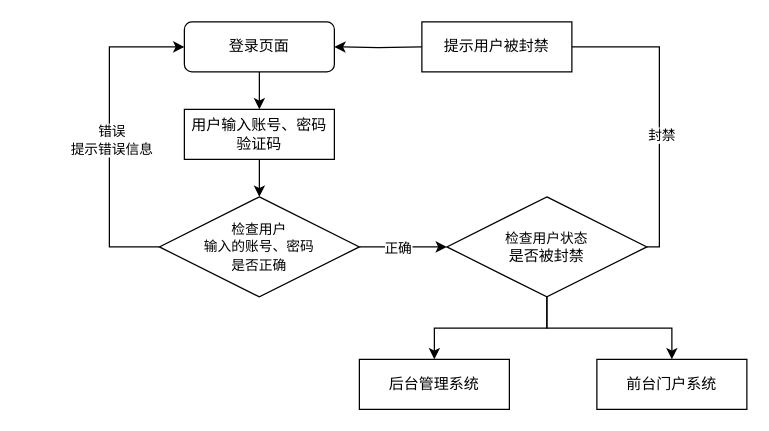
This is draw/登录流程图.drawio from BabyLy233/yaya-doc, a draw.io file, before an edit. Source tidied: cells renumbered, new cells numbered last; positions are measured from the earlier drawing's top-left corner, leaving out a move shared by most shapes. Both pictures are drawn from the tidied source at 125%, with x=0, y=0 at pixel (109, 21).
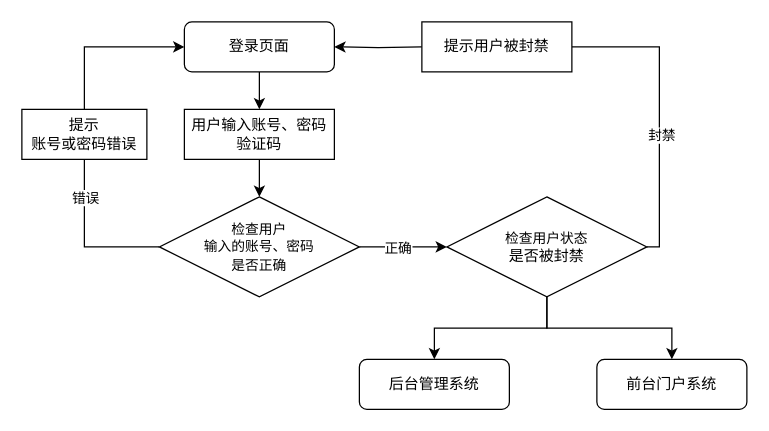
After the change.

Commit message (it also covers changes not shown here):
更新登录流程图.drawio

Change to the diagram source:
```diff
@@
     <mxCell id="6" style="edgeStyle=orthogonalEdgeStyle;rounded=0;orthogonalLoop=1;jettySize=auto;html=1;fontSize=11;entryX=0;entryY=0.5;entryDx=0;entryDy=0;" parent="1" edge="1">
       <mxGeometry relative="1" as="geometry">
         <mxPoint x="40" y="180" as="sourcePoint" />
         <mxPoint x="60" y="20" as="targetPoint" />
         <Array as="points">
-          <mxPoint y="180" />
-          <mxPoint y="20" />
+          <mxPoint x="-20" y="180" />
+          <mxPoint x="-20" y="20" />
         </Array>
       </mxGeometry>
     </mxCell>
-    <mxCell id="7" value="错误&lt;br&gt;提示错误信息" style="edgeLabel;html=1;align=center;verticalAlign=middle;fontSize=11;" parent="6" vertex="1">
-      <mxGeometry x="-0.03" y="-1" relative="1" as="geometry" />
+    <mxCell id="7" value="错误" style="edgeLabel;html=1;align=center;verticalAlign=middle;fontSize=11;" parent="6" vertex="1">
+      <mxGeometry x="-0.03" y="-1" relative="1" as="geometry">
+        <mxPoint x="-1" y="46" as="offset" />
+      </mxGeometry>
     </mxCell>
@@
-    <mxCell id="18" value="后台管理系统" style="rounded=0;whiteSpace=wrap;html=1;" parent="1" vertex="1">
+    <mxCell id="18" value="后台管理系统" style="rounded=1;whiteSpace=wrap;html=1;" parent="1" vertex="1">
       <mxGeometry x="200" y="270" width="120" height="40" as="geometry" />
     </mxCell>
-    <mxCell id="19" value="前台门户系统" style="rounded=0;whiteSpace=wrap;html=1;" parent="1" vertex="1">
+    <mxCell id="19" value="前台门户系统" style="rounded=1;whiteSpace=wrap;html=1;" parent="1" vertex="1">
       <mxGeometry x="390" y="270" width="120" height="40" as="geometry" />
     </mxCell>
+    <mxCell id="20" value="提示&lt;br&gt;账号或密码错误" style="rounded=0;whiteSpace=wrap;html=1;" parent="1" vertex="1">
+      <mxGeometry x="-70" y="70" width="100" height="40" as="geometry" />
+    </mxCell>
```
